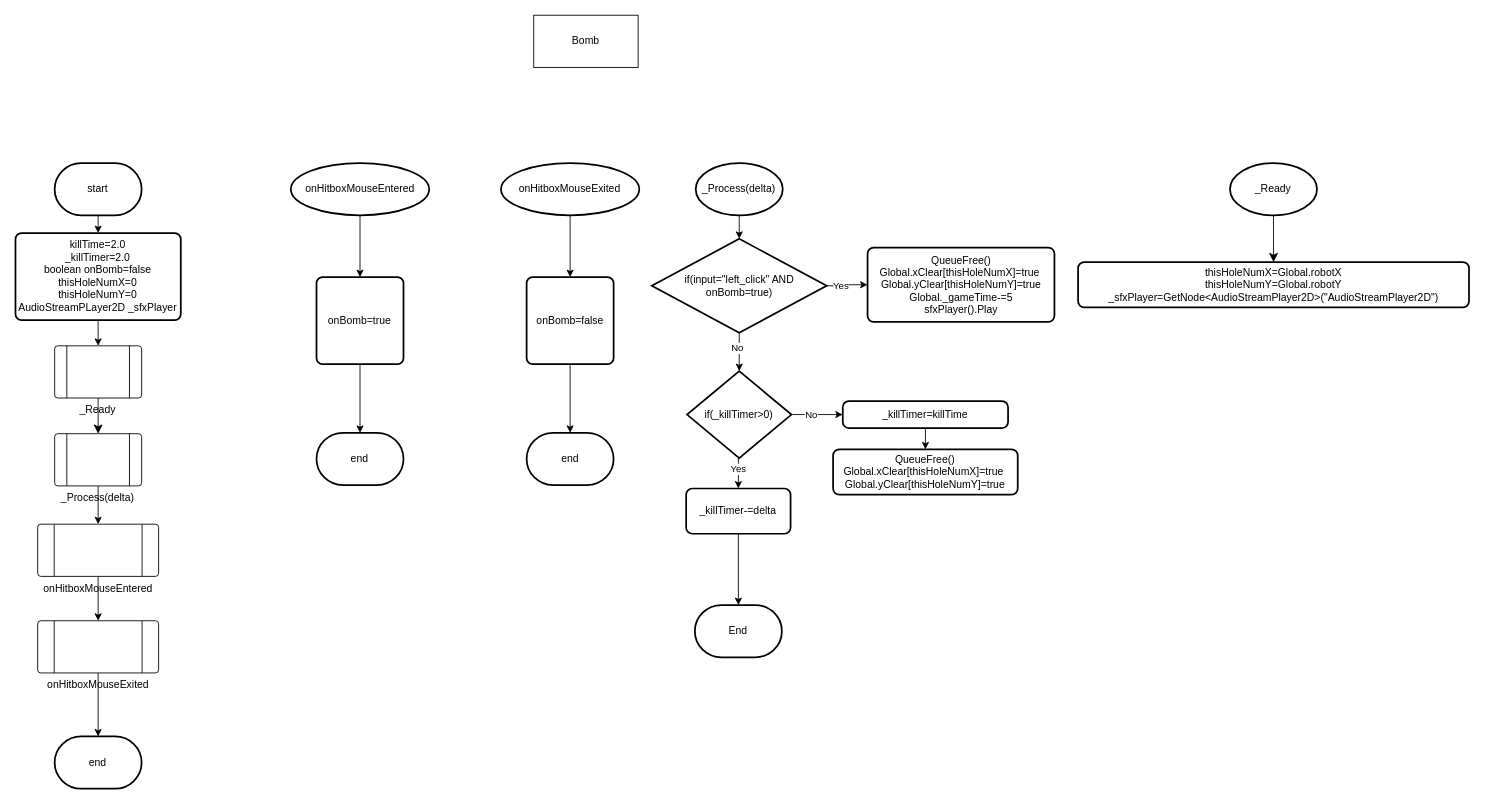
BHASVIC-Kasper25/Whack-a-Robot keeps this draw.io diagram as whack-a-robot/Bomb/bomb flowchart.drawio. Above is the earlier version. Source tidied: cells renumbered, new cells numbered last; positions are measured from the earlier drawing's top-left corner, leaving out a move shared by most shapes. Both pictures are drawn from the tidied source at 87%, with x=0, y=0 at pixel (15, 15).
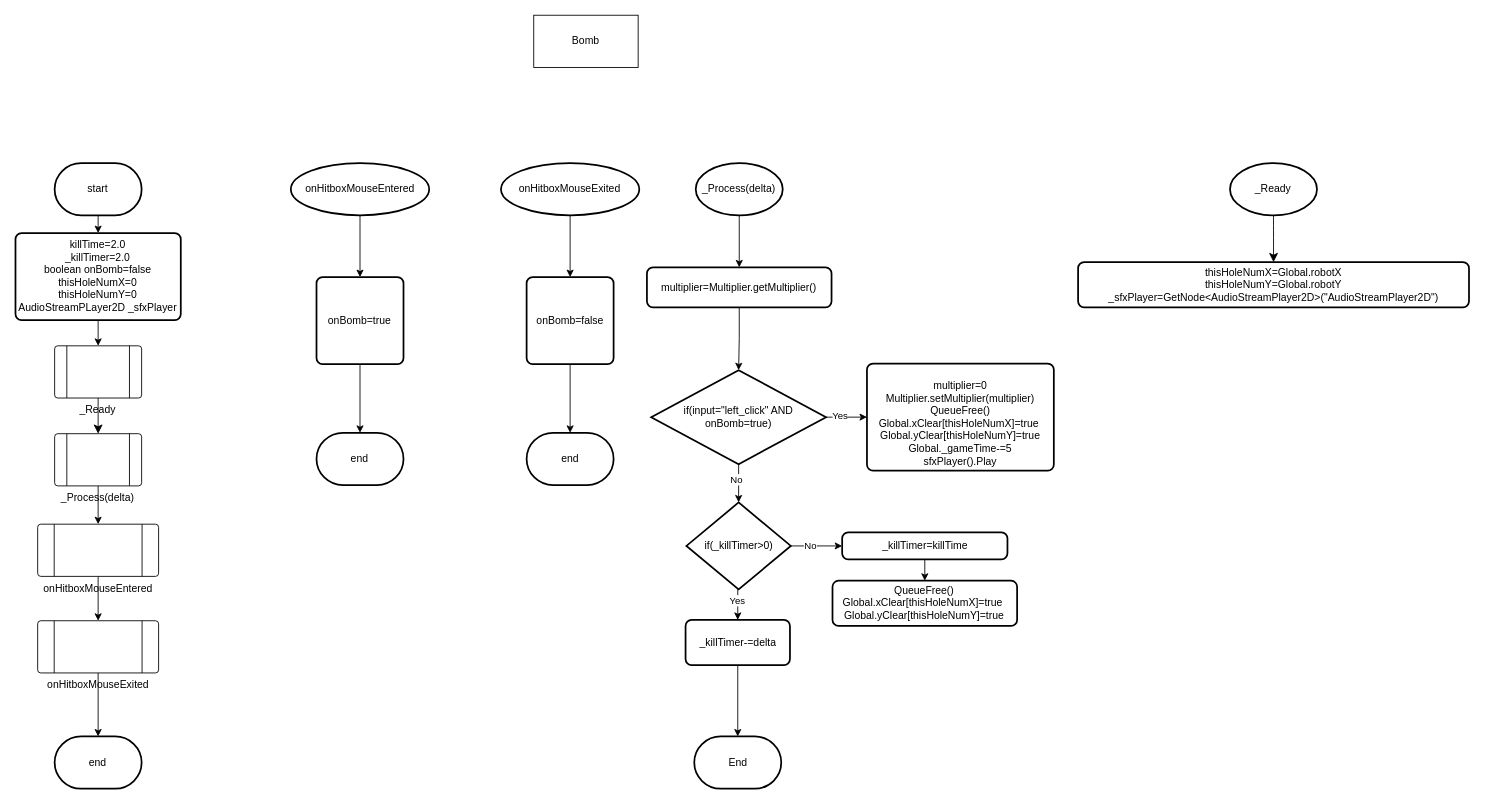
Above is the later version.

The change refers to these unchanged cells:
```xml
<mxCell id="11" value="_Process(delta)" style="strokeWidth=2;html=1;shape=mxgraph.flowchart.start_1;whiteSpace=wrap;" parent="1" vertex="1">
  <mxGeometry x="782.2" y="170" width="100" height="60" as="geometry" />
</mxCell>
```

What changed in the source:
```diff
@@
+    <mxCell id="48" style="edgeStyle=orthogonalEdgeStyle;rounded=0;jettySize=auto;html=1;exitX=0.5;exitY=1;exitDx=0;exitDy=0;exitPerimeter=0;defaultLabelBackgroundColor=page;labelPadding=0 4;" parent="1" edge="1" source="11" target="50">
+      <mxGeometry relative="1" as="geometry" />
+    </mxCell>
@@
     <mxCell id="16" value="if(_killTimer&amp;gt;0)" style="strokeWidth=2;html=1;shape=mxgraph.flowchart.decision;whiteSpace=wrap;" parent="1" vertex="1">
-      <mxGeometry x="772.2" y="409" width="120" height="100" as="geometry" />
+      <mxGeometry x="771.5" y="560" width="120" height="100" as="geometry" />
     </mxCell>
@@
     <mxCell id="18" value="_killTimer-=delta" style="rounded=1;whiteSpace=wrap;html=1;absoluteArcSize=1;arcSize=14;strokeWidth=2;" parent="1" vertex="1">
-      <mxGeometry x="771.2" y="544" width="120" height="52" as="geometry" />
+      <mxGeometry x="770.5" y="695" width="120" height="52" as="geometry" />
     </mxCell>
     <mxCell id="19" style="edgeStyle=orthogonalEdgeStyle;rounded=0;jettySize=auto;html=1;exitX=0.5;exitY=1;exitDx=0;exitDy=0;entryX=0.5;entryY=0;entryDx=0;entryDy=0;" parent="1" edge="1" source="20">
       <mxGeometry relative="1" as="geometry">
-        <mxPoint x="1046.2" y="499" as="targetPoint" />
+        <mxPoint x="1045.5" y="650" as="targetPoint" />
       </mxGeometry>
     </mxCell>
     <mxCell id="20" value="_killTimer=killTime" style="rounded=1;whiteSpace=wrap;html=1;absoluteArcSize=1;arcSize=14;strokeWidth=2;" parent="1" vertex="1">
-      <mxGeometry x="951.2" y="443.5" width="190" height="31" as="geometry" />
+      <mxGeometry x="950.5" y="594.5" width="190" height="31" as="geometry" />
     </mxCell>
     <mxCell id="21" value="End" style="strokeWidth=2;html=1;shape=mxgraph.flowchart.terminator;whiteSpace=wrap;" parent="1" vertex="1">
-      <mxGeometry x="781.2" y="678" width="100" height="60" as="geometry" />
+      <mxGeometry x="780.5" y="829" width="100" height="60" as="geometry" />
     </mxCell>
@@
     <mxCell id="26" value="QueueFree()&lt;div&gt;&lt;div&gt;Global.xClear[thisHoleNumX]=true&amp;nbsp;&lt;/div&gt;&lt;div&gt;Global.yClear[thisHoleNumY]=true&lt;/div&gt;&lt;/div&gt;" style="rounded=1;whiteSpace=wrap;html=1;absoluteArcSize=1;arcSize=14;strokeWidth=2;" parent="1" vertex="1">
-      <mxGeometry x="940.1" y="499" width="212.2" height="52" as="geometry" />
+      <mxGeometry x="939.4" y="650" width="212.2" height="52" as="geometry" />
     </mxCell>
@@
     <mxCell id="31" value="if(input=&quot;left_click&quot; AND onBomb=true)" style="strokeWidth=2;html=1;shape=mxgraph.flowchart.decision;whiteSpace=wrap;" parent="1" vertex="1">
-      <mxGeometry x="731.7" y="257" width="201" height="108" as="geometry" />
+      <mxGeometry x="731" y="408" width="201" height="108" as="geometry" />
     </mxCell>
-    <mxCell id="32" style="edgeStyle=orthogonalEdgeStyle;rounded=0;jettySize=auto;html=1;exitX=0.5;exitY=1;exitDx=0;exitDy=0;exitPerimeter=0;entryX=0.5;entryY=0;entryDx=0;entryDy=0;entryPerimeter=0;" parent="1" edge="1" source="11" target="31">
-      <mxGeometry relative="1" as="geometry" />
-    </mxCell>
-    <mxCell id="33" value="&lt;div&gt;&lt;span style=&quot;background-color: transparent; color: light-dark(#000000, var(--ge-light-color, #ffffff));&quot;&gt;QueueFree()&lt;/span&gt;&lt;/div&gt;&lt;div&gt;&lt;div&gt;Global.xClear[thisHoleNumX]=true&amp;nbsp;&lt;/div&gt;&lt;div&gt;Global.yClear[thisHoleNumY]=true&lt;/div&gt;&lt;/div&gt;&lt;div&gt;Global._gameTime-=5&lt;/div&gt;&lt;div&gt;sfxPlayer().Play&lt;/div&gt;" style="rounded=1;whiteSpace=wrap;html=1;absoluteArcSize=1;arcSize=14;strokeWidth=2;" parent="1" vertex="1">
-      <mxGeometry x="979.7" y="267.1" width="214.8" height="85.4" as="geometry" />
+    <mxCell id="33" value="&lt;div&gt;&lt;span style=&quot;background-color: transparent; color: light-dark(#000000, var(--ge-light-color, #ffffff));&quot;&gt;&lt;br&gt;&lt;/span&gt;&lt;/div&gt;&lt;div&gt;&lt;div&gt;multiplier=0&lt;/div&gt;&lt;div&gt;Multiplier.setMultiplier(multiplier)&lt;/div&gt;&lt;/div&gt;&lt;div&gt;&lt;span style=&quot;background-color: transparent; color: light-dark(#000000, var(--ge-light-color, #ffffff));&quot;&gt;QueueFree()&lt;/span&gt;&lt;/div&gt;&lt;div&gt;&lt;div&gt;Global.xClear[thisHoleNumX]=true&amp;nbsp;&lt;/div&gt;&lt;div&gt;Global.yClear[thisHoleNumY]=true&lt;/div&gt;&lt;/div&gt;&lt;div&gt;Global._gameTime-=5&lt;/div&gt;&lt;div&gt;sfxPlayer().Play&lt;/div&gt;" style="rounded=1;whiteSpace=wrap;html=1;absoluteArcSize=1;arcSize=14;strokeWidth=2;" parent="1" vertex="1">
+      <mxGeometry x="979" y="400.5" width="214.8" height="122.9" as="geometry" />
     </mxCell>
@@
+    <mxCell id="49" style="edgeStyle=orthogonalEdgeStyle;rounded=0;jettySize=auto;html=1;exitX=0.5;exitY=1;exitDx=0;exitDy=0;defaultLabelBackgroundColor=page;labelPadding=0 4;" parent="1" edge="1" source="50" target="31">
+      <mxGeometry relative="1" as="geometry" />
+    </mxCell>
+    <mxCell id="50" value="multiplier=Multiplier.getMultiplier()" style="rounded=1;whiteSpace=wrap;html=1;absoluteArcSize=1;arcSize=14;strokeWidth=2;roundedPerimeter=1;" parent="1" vertex="1">
+      <mxGeometry x="726.1" y="289.8" width="212.2" height="46" as="geometry" />
+    </mxCell>
```
